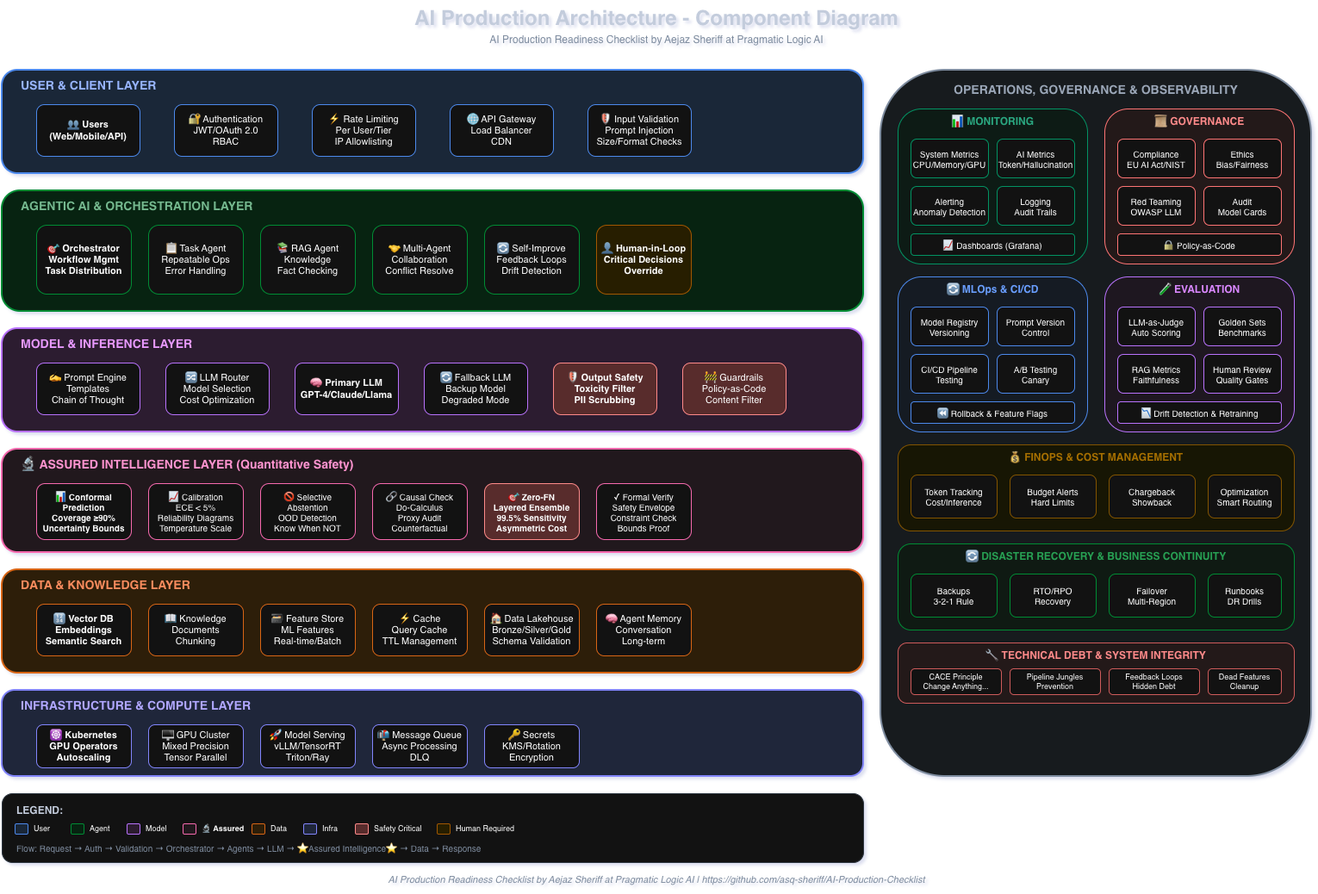
asq-sheriff/AI-Production-Checklist keeps this draw.io diagram as AI Production Checklist.png. Above is the earlier version. Source tidied: cells renumbered, new cells last; positions are measured from the earlier drawing's top-left corner, leaving out a move shared by most shapes.
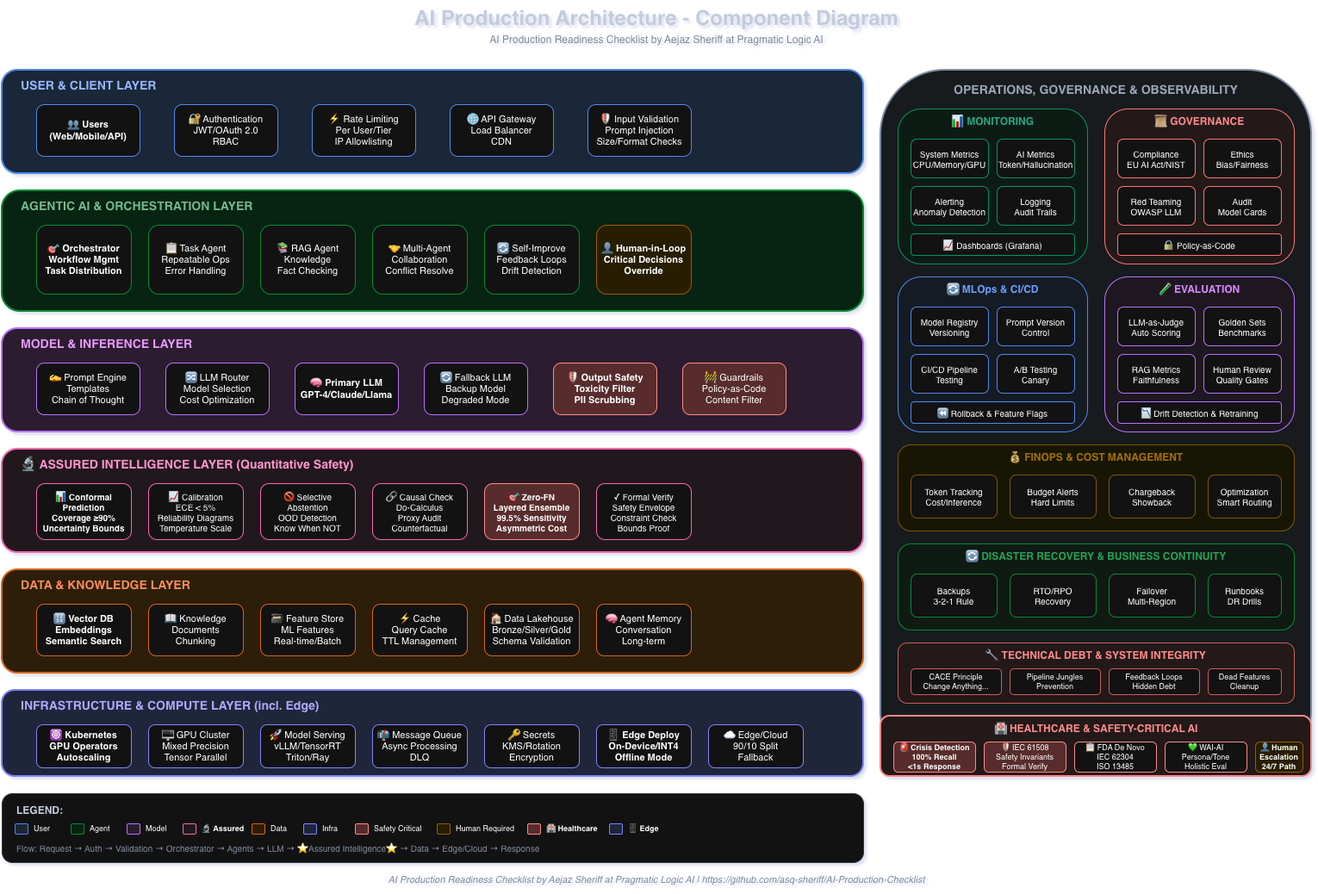
The same file after the commit.

Commit message:
Add healthcare safety, edge deployment, and holistic evaluation sections

Diff of the diagram source:
```diff
@@ -128,8 +128,8 @@
     <mxCell id="43" style="rounded=1;whiteSpace=wrap;html=1;fillColor=#e0e7ff;strokeColor=#6366f1;strokeWidth=2;" parent="1" vertex="1">
       <mxGeometry y="800" width="1000" height="100" as="geometry" />
     </mxCell>
-    <mxCell id="44" value="INFRASTRUCTURE &amp; COMPUTE LAYER" style="text;html=1;strokeColor=none;fillColor=none;align=left;verticalAlign=middle;whiteSpace=wrap;rounded=0;fontSize=14;fontStyle=1;fontColor=#4338ca;" parent="1" vertex="1">
-      <mxGeometry x="20" y="805" width="300" height="25" as="geometry" />
+    <mxCell id="44" value="INFRASTRUCTURE &amp; COMPUTE LAYER (incl. Edge)" style="text;html=1;strokeColor=none;fillColor=none;align=left;verticalAlign=middle;whiteSpace=wrap;rounded=0;fontSize=14;fontStyle=1;fontColor=#4338ca;" parent="1" vertex="1">
+      <mxGeometry x="20" y="805" width="350" height="25" as="geometry" />
     </mxCell>
     <mxCell id="45" value="☸️ Kubernetes&#10;GPU Operators&#10;Autoscaling" style="rounded=1;whiteSpace=wrap;html=1;fillColor=#ffffff;strokeColor=#6366f1;fontSize=11;fontStyle=1;" parent="1" vertex="1">
       <mxGeometry x="40" y="840" width="110" height="50" as="geometry" />
@@ -146,6 +146,12 @@
     <mxCell id="49" value="🔑 Secrets&#10;KMS/Rotation&#10;Encryption" style="rounded=1;whiteSpace=wrap;html=1;fillColor=#ffffff;strokeColor=#6366f1;fontSize=11;" parent="1" vertex="1">
       <mxGeometry x="560" y="840" width="110" height="50" as="geometry" />
     </mxCell>
+    <mxCell id="118" value="📱 Edge Deploy&#10;On-Device/INT4&#10;Offline Mode" style="rounded=1;whiteSpace=wrap;html=1;fillColor=#ffffff;strokeColor=#6366f1;fontSize=11;fontStyle=1;" parent="1" vertex="1">
+      <mxGeometry x="690" y="840" width="110" height="50" as="geometry" />
+    </mxCell>
+    <mxCell id="119" value="☁️ Edge/Cloud&#10;90/10 Split&#10;Fallback" style="rounded=1;whiteSpace=wrap;html=1;fillColor=#ffffff;strokeColor=#6366f1;fontSize=11;" parent="1" vertex="1">
+      <mxGeometry x="820" y="840" width="110" height="50" as="geometry" />
+    </mxCell>
     <mxCell id="50" style="rounded=1;whiteSpace=wrap;html=1;fillColor=#f1f5f9;strokeColor=#64748b;strokeWidth=2;" parent="1" vertex="1">
       <mxGeometry x="1020" y="80" width="500" height="820" as="geometry" />
     </mxCell>
@@ -290,6 +296,27 @@
     <mxCell id="97" value="Dead Features&#10;Cleanup" style="rounded=1;whiteSpace=wrap;html=1;fillColor=#ffffff;strokeColor=#f87171;fontSize=9;" parent="1" vertex="1">
       <mxGeometry x="1400" y="775" width="85" height="30" as="geometry" />
     </mxCell>
+    <mxCell id="120" style="rounded=1;whiteSpace=wrap;html=1;fillColor=#fef2f2;strokeColor=#dc2626;strokeWidth=2;" parent="1" vertex="1">
+      <mxGeometry x="1020" y="830" width="500" height="70" as="geometry" />
+    </mxCell>
+    <mxCell id="121" value="🏥 HEALTHCARE &amp; SAFETY-CRITICAL AI" style="text;html=1;strokeColor=none;fillColor=none;align=center;verticalAlign=middle;whiteSpace=wrap;rounded=0;fontSize=12;fontStyle=1;fontColor=#dc2626;" parent="1" vertex="1">
+      <mxGeometry x="1020" y="835" width="500" height="20" as="geometry" />
+    </mxCell>
+    <mxCell id="122" value="🚨 Crisis Detection&#10;100% Recall&#10;&lt;1s Response" style="rounded=1;whiteSpace=wrap;html=1;fillColor=#fecaca;strokeColor=#dc2626;fontSize=9;fontStyle=1;" parent="1" vertex="1">
+      <mxGeometry x="1035" y="860" width="95" height="35" as="geometry" />
+    </mxCell>
+    <mxCell id="123" value="🛡️ IEC 61508&#10;Safety Invariants&#10;Formal Verify" style="rounded=1;whiteSpace=wrap;html=1;fillColor=#fecaca;strokeColor=#dc2626;fontSize=9;" parent="1" vertex="1">
+      <mxGeometry x="1140" y="860" width="95" height="35" as="geometry" />
+    </mxCell>
+    <mxCell id="124" value="📋 FDA De Novo&#10;IEC 62304&#10;ISO 13485" style="rounded=1;whiteSpace=wrap;html=1;fillColor=#ffffff;strokeColor=#dc2626;fontSize=9;" parent="1" vertex="1">
+      <mxGeometry x="1245" y="860" width="95" height="35" as="geometry" />
+    </mxCell>
+    <mxCell id="125" value="💚 WAI-AI&#10;Persona/Tone&#10;Holistic Eval" style="rounded=1;whiteSpace=wrap;html=1;fillColor=#ffffff;strokeColor=#dc2626;fontSize=9;" parent="1" vertex="1">
+      <mxGeometry x="1350" y="860" width="95" height="35" as="geometry" />
+    </mxCell>
+    <mxCell id="126" value="👤 Human&#10;Escalation&#10;24/7 Path" style="rounded=1;whiteSpace=wrap;html=1;fillColor=#fef3c7;strokeColor=#f59e0b;fontSize=9;fontStyle=1;" parent="1" vertex="1">
+      <mxGeometry x="1455" y="860" width="55" height="35" as="geometry" />
+    </mxCell>
     <mxCell id="98" style="rounded=1;whiteSpace=wrap;html=1;fillColor=#ffffff;strokeColor=#cbd5e1;strokeWidth=1;" parent="1" vertex="1">
       <mxGeometry y="920" width="1000" height="80" as="geometry" />
     </mxCell>
@@ -344,8 +371,20 @@
     <mxCell id="115" value="Human Required" style="text;html=1;strokeColor=none;fillColor=none;align=left;verticalAlign=middle;fontSize=9;" parent="1" vertex="1">
       <mxGeometry x="525" y="952" width="80" height="18" as="geometry" />
     </mxCell>
+    <mxCell id="127" style="rounded=1;whiteSpace=wrap;html=1;fillColor=#fecaca;strokeColor=#dc2626;" parent="1" vertex="1">
+      <mxGeometry x="610" y="955" width="15" height="12" as="geometry" />
+    </mxCell>
+    <mxCell id="128" value="🏥 Healthcare" style="text;html=1;strokeColor=none;fillColor=none;align=left;verticalAlign=middle;fontSize=9;fontStyle=1;" parent="1" vertex="1">
+      <mxGeometry x="630" y="952" width="70" height="18" as="geometry" />
+    </mxCell>
+    <mxCell id="129" style="rounded=1;whiteSpace=wrap;html=1;fillColor=#e0e7ff;strokeColor=#6366f1;" parent="1" vertex="1">
+      <mxGeometry x="705" y="955" width="15" height="12" as="geometry" />
+    </mxCell>
+    <mxCell id="130" value="📱 Edge" style="text;html=1;strokeColor=none;fillColor=none;align=left;verticalAlign=middle;fontSize=9;fontStyle=1;" parent="1" vertex="1">
+      <mxGeometry x="725" y="952" width="45" height="18" as="geometry" />
+    </mxCell>
-    <mxCell id="116" value="Flow: Request → Auth → Validation → Orchestrator → Agents → LLM → ⭐Assured Intelligence⭐ → Data → Response" style="text;html=1;strokeColor=none;fillColor=none;align=left;verticalAlign=middle;whiteSpace=wrap;rounded=0;fontSize=10;fontColor=#64748b;" parent="1" vertex="1">
-      <mxGeometry x="15" y="975" width="900" height="15" as="geometry" />
+    <mxCell id="116" value="Flow: Request → Auth → Validation → Orchestrator → Agents → LLM → ⭐Assured Intelligence⭐ → Data → Edge/Cloud → Response" style="text;html=1;strokeColor=none;fillColor=none;align=left;verticalAlign=middle;whiteSpace=wrap;rounded=0;fontSize=10;fontColor=#64748b;" parent="1" vertex="1">
+      <mxGeometry x="15" y="975" width="950" height="15" as="geometry" />
     </mxCell>
     <mxCell id="117" value="AI Production Readiness Checklist by Aejaz Sheriff at Pragmatic Logic AI | https://github.com/asq-sheriff/AI-Production-Checklist" style="text;html=1;strokeColor=none;fillColor=none;align=center;verticalAlign=middle;whiteSpace=wrap;rounded=0;fontSize=11;fontColor=#64748b;fontStyle=2;" parent="1" vertex="1">
       <mxGeometry x="360" y="1010" width="800" height="20" as="geometry" />
```
